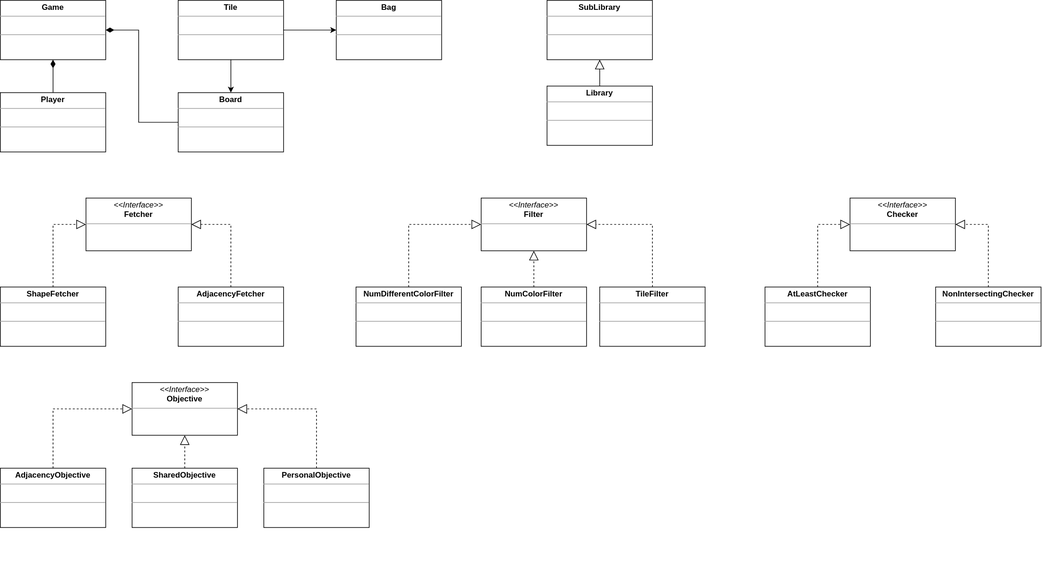
Earlier version of the draw.io export uml/model.svg (francescogemma/MyShelfie). Source tidied: cells renumbered, new cells last; positions are measured from the earlier drawing's top-left corner, leaving out a move shared by most shapes.
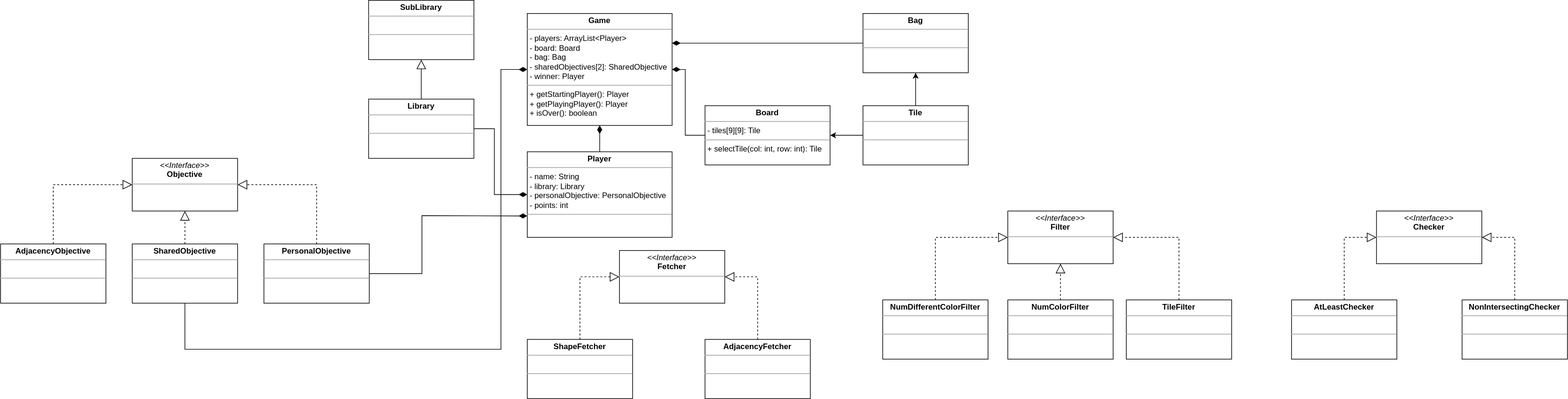
The same file after the commit.

Commit message:
Updated model UML

Updated model.svg with some methods and attributes

The edit, as a diff of the source:
```diff
@@ -2,57 +2,57 @@
   <root>
     <mxCell id="0" />
     <mxCell id="1" parent="0" />
-    <mxCell id="2" value="&lt;p style=&quot;margin:0px;margin-top:4px;text-align:center;&quot;&gt;&lt;b&gt;Game&lt;/b&gt;&lt;/p&gt;&lt;hr size=&quot;1&quot;&gt;&lt;p style=&quot;margin:0px;margin-left:4px;&quot;&gt;&lt;br&gt;&lt;/p&gt;&lt;hr size=&quot;1&quot;&gt;&lt;p style=&quot;margin:0px;margin-left:4px;&quot;&gt;&lt;br&gt;&lt;/p&gt;" style="verticalAlign=top;align=left;overflow=fill;fontSize=12;fontFamily=Helvetica;html=1;" parent="1" vertex="1">
-      <mxGeometry width="160" height="90" as="geometry" />
+    <mxCell id="2" value="&lt;p style=&quot;margin:0px;margin-top:4px;text-align:center;&quot;&gt;&lt;b&gt;Game&lt;/b&gt;&lt;/p&gt;&lt;hr size=&quot;1&quot;&gt;&lt;p style=&quot;margin:0px;margin-left:4px;&quot;&gt;- players: ArrayList&amp;lt;Player&amp;gt;&lt;/p&gt;&lt;p style=&quot;margin:0px;margin-left:4px;&quot;&gt;- board: Board&lt;/p&gt;&lt;p style=&quot;margin:0px;margin-left:4px;&quot;&gt;- bag: Bag&lt;/p&gt;&lt;p style=&quot;margin:0px;margin-left:4px;&quot;&gt;- sharedObjectives[2]: SharedObjective&lt;/p&gt;&lt;p style=&quot;margin:0px;margin-left:4px;&quot;&gt;- winner: Player&lt;/p&gt;&lt;hr size=&quot;1&quot;&gt;&lt;p style=&quot;margin:0px;margin-left:4px;&quot;&gt;+ getStartingPlayer(): Player&lt;/p&gt;&lt;p style=&quot;margin:0px;margin-left:4px;&quot;&gt;+ getPlayingPlayer(): Player&lt;/p&gt;&lt;p style=&quot;margin:0px;margin-left:4px;&quot;&gt;+ isOver(): boolean&lt;/p&gt;" style="verticalAlign=top;align=left;overflow=fill;fontSize=12;fontFamily=Helvetica;html=1;" parent="1" vertex="1">
+      <mxGeometry width="220" height="170" as="geometry" />
     </mxCell>
-    <mxCell id="3" value="&lt;p style=&quot;margin:0px;margin-top:4px;text-align:center;&quot;&gt;&lt;b&gt;Player&lt;/b&gt;&lt;/p&gt;&lt;hr size=&quot;1&quot;&gt;&lt;p style=&quot;margin:0px;margin-left:4px;&quot;&gt;&lt;br&gt;&lt;/p&gt;&lt;hr size=&quot;1&quot;&gt;&lt;p style=&quot;margin:0px;margin-left:4px;&quot;&gt;&lt;br&gt;&lt;/p&gt;" style="verticalAlign=top;align=left;overflow=fill;fontSize=12;fontFamily=Helvetica;html=1;" parent="1" vertex="1">
-      <mxGeometry y="140" width="160" height="90" as="geometry" />
+    <mxCell id="3" value="&lt;p style=&quot;margin:0px;margin-top:4px;text-align:center;&quot;&gt;&lt;b&gt;Player&lt;/b&gt;&lt;/p&gt;&lt;hr size=&quot;1&quot;&gt;&lt;p style=&quot;margin:0px;margin-left:4px;&quot;&gt;- name: String&lt;/p&gt;&lt;p style=&quot;margin:0px;margin-left:4px;&quot;&gt;- library: Library&lt;/p&gt;&lt;p style=&quot;margin:0px;margin-left:4px;&quot;&gt;- personalObjective: PersonalObjective&lt;/p&gt;&lt;p style=&quot;margin:0px;margin-left:4px;&quot;&gt;- points: int&lt;/p&gt;&lt;hr size=&quot;1&quot;&gt;&lt;p style=&quot;margin:0px;margin-left:4px;&quot;&gt;&lt;br&gt;&lt;/p&gt;" style="verticalAlign=top;align=left;overflow=fill;fontSize=12;fontFamily=Helvetica;html=1;" parent="1" vertex="1">
+      <mxGeometry y="210" width="220" height="130" as="geometry" />
     </mxCell>
     <mxCell id="4" style="html=1;endArrow=diamondThin;endFill=1;edgeStyle=elbowEdgeStyle;elbow=vertical;endSize=10;rounded=0;entryX=0.5;entryY=1;entryDx=0;entryDy=0;exitX=0.5;exitY=0;exitDx=0;exitDy=0;" parent="1" edge="1" source="3" target="2">
       <mxGeometry relative="1" as="geometry" />
     </mxCell>
-    <mxCell id="5" style="edgeStyle=none;rounded=0;jettySize=auto;html=1;exitX=0.5;exitY=1;exitDx=0;exitDy=0;entryX=0.5;entryY=0;entryDx=0;entryDy=0;" parent="1" edge="1" source="6" target="7">
+    <mxCell id="5" style="edgeStyle=none;rounded=0;jettySize=auto;html=1;exitX=0;exitY=0.5;exitDx=0;exitDy=0;entryX=1;entryY=0.5;entryDx=0;entryDy=0;" parent="1" edge="1" source="6" target="7">
       <mxGeometry relative="1" as="geometry" />
     </mxCell>
     <mxCell id="6" value="&lt;p style=&quot;margin:0px;margin-top:4px;text-align:center;&quot;&gt;&lt;b&gt;Tile&lt;/b&gt;&lt;/p&gt;&lt;hr size=&quot;1&quot;&gt;&lt;p style=&quot;margin:0px;margin-left:4px;&quot;&gt;&lt;br&gt;&lt;/p&gt;&lt;hr size=&quot;1&quot;&gt;&lt;p style=&quot;margin:0px;margin-left:4px;&quot;&gt;&lt;br&gt;&lt;/p&gt;" style="verticalAlign=top;align=left;overflow=fill;fontSize=12;fontFamily=Helvetica;html=1;" parent="1" vertex="1">
-      <mxGeometry x="270" width="160" height="90" as="geometry" />
+      <mxGeometry x="510" y="140" width="160" height="90" as="geometry" />
     </mxCell>
-    <mxCell id="7" value="&lt;p style=&quot;margin:0px;margin-top:4px;text-align:center;&quot;&gt;&lt;b&gt;Board&lt;/b&gt;&lt;/p&gt;&lt;hr size=&quot;1&quot;&gt;&lt;p style=&quot;margin:0px;margin-left:4px;&quot;&gt;&lt;br&gt;&lt;/p&gt;&lt;hr size=&quot;1&quot;&gt;&lt;p style=&quot;margin:0px;margin-left:4px;&quot;&gt;&lt;br&gt;&lt;/p&gt;" style="verticalAlign=top;align=left;overflow=fill;fontSize=12;fontFamily=Helvetica;html=1;" parent="1" vertex="1">
-      <mxGeometry x="270" y="140" width="160" height="90" as="geometry" />
+    <mxCell id="7" value="&lt;p style=&quot;margin:0px;margin-top:4px;text-align:center;&quot;&gt;&lt;b&gt;Board&lt;/b&gt;&lt;/p&gt;&lt;hr size=&quot;1&quot;&gt;&lt;p style=&quot;margin:0px;margin-left:4px;&quot;&gt;- tiles[9][9]: Tile&lt;/p&gt;&lt;hr size=&quot;1&quot;&gt;&lt;p style=&quot;margin:0px;margin-left:4px;&quot;&gt;+ selectTile(col: int, row: int): Tile&lt;/p&gt;" style="verticalAlign=top;align=left;overflow=fill;fontSize=12;fontFamily=Helvetica;html=1;" parent="1" vertex="1">
+      <mxGeometry x="270" y="140" width="190" height="90" as="geometry" />
     </mxCell>
     <mxCell id="8" value="&lt;p style=&quot;margin:0px;margin-top:4px;text-align:center;&quot;&gt;&lt;b&gt;Bag&lt;/b&gt;&lt;/p&gt;&lt;hr size=&quot;1&quot;&gt;&lt;p style=&quot;margin:0px;margin-left:4px;&quot;&gt;&lt;br&gt;&lt;/p&gt;&lt;hr size=&quot;1&quot;&gt;&lt;p style=&quot;margin:0px;margin-left:4px;&quot;&gt;&lt;br&gt;&lt;/p&gt;" style="verticalAlign=top;align=left;overflow=fill;fontSize=12;fontFamily=Helvetica;html=1;" parent="1" vertex="1">
       <mxGeometry x="510" width="160" height="90" as="geometry" />
     </mxCell>
-    <mxCell id="9" style="endArrow=classic;html=1;rounded=0;entryX=0;entryY=0.5;entryDx=0;entryDy=0;exitX=1;exitY=0.5;exitDx=0;exitDy=0;" parent="1" edge="1" source="6" target="8">
+    <mxCell id="9" style="endArrow=classic;html=1;rounded=0;entryX=0.5;entryY=1;entryDx=0;entryDy=0;exitX=0.5;exitY=0;exitDx=0;exitDy=0;" parent="1" edge="1" source="6" target="8">
       <mxGeometry relative="1" as="geometry" />
     </mxCell>
     <mxCell id="10" style="html=1;endArrow=diamondThin;endFill=1;elbow=vertical;endSize=10;rounded=0;exitX=0;exitY=0.5;exitDx=0;exitDy=0;entryX=1;entryY=0.5;entryDx=0;entryDy=0;" parent="1" edge="1" source="7" target="2">
       <mxGeometry relative="1" as="geometry">
         <Array as="points">
-          <mxPoint x="210" y="185" />
-          <mxPoint x="210" y="45" />
+          <mxPoint x="240" y="185" />
+          <mxPoint x="240" y="85" />
         </Array>
       </mxGeometry>
     </mxCell>
     <mxCell id="11" value="&lt;p style=&quot;margin:0px;margin-top:4px;text-align:center;&quot;&gt;&lt;b&gt;SubLibrary&lt;/b&gt;&lt;/p&gt;&lt;hr size=&quot;1&quot;&gt;&lt;p style=&quot;margin:0px;margin-left:4px;&quot;&gt;&lt;br&gt;&lt;/p&gt;&lt;hr size=&quot;1&quot;&gt;&lt;p style=&quot;margin:0px;margin-left:4px;&quot;&gt;&lt;br&gt;&lt;/p&gt;" style="verticalAlign=top;align=left;overflow=fill;fontSize=12;fontFamily=Helvetica;html=1;" parent="1" vertex="1">
-      <mxGeometry x="830" width="160" height="90" as="geometry" />
+      <mxGeometry x="-241" y="-20" width="160" height="90" as="geometry" />
     </mxCell>
     <mxCell id="12" value="&lt;p style=&quot;margin:0px;margin-top:4px;text-align:center;&quot;&gt;&lt;b&gt;Library&lt;/b&gt;&lt;/p&gt;&lt;hr size=&quot;1&quot;&gt;&lt;p style=&quot;margin:0px;margin-left:4px;&quot;&gt;&lt;br&gt;&lt;/p&gt;&lt;hr size=&quot;1&quot;&gt;&lt;p style=&quot;margin:0px;margin-left:4px;&quot;&gt;&lt;br&gt;&lt;/p&gt;" style="verticalAlign=top;align=left;overflow=fill;fontSize=12;fontFamily=Helvetica;html=1;" parent="1" vertex="1">
-      <mxGeometry x="830" y="130" width="160" height="90" as="geometry" />
+      <mxGeometry x="-241" y="130" width="160" height="90" as="geometry" />
     </mxCell>
     <mxCell id="13" value="&lt;p style=&quot;margin:0px;margin-top:4px;text-align:center;&quot;&gt;&lt;b&gt;ShapeFetcher&lt;/b&gt;&lt;/p&gt;&lt;hr size=&quot;1&quot;&gt;&lt;p style=&quot;margin:0px;margin-left:4px;&quot;&gt;&lt;br&gt;&lt;/p&gt;&lt;hr size=&quot;1&quot;&gt;&lt;p style=&quot;margin:0px;margin-left:4px;&quot;&gt;&lt;br&gt;&lt;/p&gt;" style="verticalAlign=top;align=left;overflow=fill;fontSize=12;fontFamily=Helvetica;html=1;" parent="1" vertex="1">
-      <mxGeometry y="435" width="160" height="90" as="geometry" />
+      <mxGeometry y="495" width="160" height="90" as="geometry" />
     </mxCell>
     <mxCell id="14" value="&lt;p style=&quot;margin:0px;margin-top:4px;text-align:center;&quot;&gt;&lt;i&gt;&amp;lt;&amp;lt;Interface&amp;gt;&amp;gt;&lt;/i&gt;&lt;br&gt;&lt;b&gt;Fetcher&lt;/b&gt;&lt;/p&gt;&lt;hr size=&quot;1&quot;&gt;&lt;p style=&quot;margin:0px;margin-left:4px;&quot;&gt;&lt;br&gt;&lt;br&gt;&lt;/p&gt;&lt;p style=&quot;margin:0px;margin-left:4px;&quot;&gt;&lt;br&gt;&lt;/p&gt;" style="verticalAlign=top;align=left;overflow=fill;fontSize=12;fontFamily=Helvetica;html=1;" parent="1" vertex="1">
-      <mxGeometry x="130" y="300" width="160" height="80" as="geometry" />
+      <mxGeometry x="140" y="360" width="160" height="80" as="geometry" />
     </mxCell>
     <mxCell id="15" value="&lt;p style=&quot;margin:0px;margin-top:4px;text-align:center;&quot;&gt;&lt;b&gt;AdjacencyFetcher&lt;/b&gt;&lt;/p&gt;&lt;hr size=&quot;1&quot;&gt;&lt;p style=&quot;margin:0px;margin-left:4px;&quot;&gt;&lt;br&gt;&lt;/p&gt;&lt;hr size=&quot;1&quot;&gt;&lt;p style=&quot;margin:0px;margin-left:4px;&quot;&gt;&lt;br&gt;&lt;/p&gt;" style="verticalAlign=top;align=left;overflow=fill;fontSize=12;fontFamily=Helvetica;html=1;" parent="1" vertex="1">
-      <mxGeometry x="270" y="435" width="160" height="90" as="geometry" />
+      <mxGeometry x="270" y="495" width="160" height="90" as="geometry" />
     </mxCell>
     <mxCell id="16" style="endArrow=block;dashed=1;endFill=0;endSize=12;html=1;rounded=0;entryX=1;entryY=0.5;entryDx=0;entryDy=0;exitX=0.5;exitY=0;exitDx=0;exitDy=0;" parent="1" edge="1" source="15" target="14">
       <mxGeometry relative="1" as="geometry">
         <Array as="points">
-          <mxPoint x="350" y="340" />
+          <mxPoint x="350" y="400" />
         </Array>
       </mxGeometry>
     </mxCell>
@@ -85,12 +85,6 @@
     <mxCell id="23" style="endArrow=block;dashed=1;endFill=0;endSize=12;html=1;rounded=0;entryX=0.5;entryY=1;entryDx=0;entryDy=0;exitX=0.5;exitY=0;exitDx=0;exitDy=0;" parent="1" edge="1" source="22" target="19">
       <mxGeometry relative="1" as="geometry" />
     </mxCell>
-    <mxCell id="24" style="edgeStyle=none;rounded=0;orthogonalLoop=1;jettySize=auto;html=1;exitX=1;exitY=0.5;exitDx=0;exitDy=0;" parent="1" edge="1">
-      <mxGeometry relative="1" as="geometry">
-        <mxPoint x="550" y="865" as="sourcePoint" />
-        <mxPoint x="550" y="865" as="targetPoint" />
-      </mxGeometry>
-    </mxCell>
     <mxCell id="25" value="&lt;p style=&quot;margin:0px;margin-top:4px;text-align:center;&quot;&gt;&lt;i&gt;&amp;lt;&amp;lt;Interface&amp;gt;&amp;gt;&lt;/i&gt;&lt;br&gt;&lt;b&gt;Checker&lt;/b&gt;&lt;/p&gt;&lt;hr size=&quot;1&quot;&gt;&lt;p style=&quot;margin:0px;margin-left:4px;&quot;&gt;&lt;br&gt;&lt;br&gt;&lt;/p&gt;&lt;p style=&quot;margin:0px;margin-left:4px;&quot;&gt;&lt;br&gt;&lt;/p&gt;" style="verticalAlign=top;align=left;overflow=fill;fontSize=12;fontFamily=Helvetica;html=1;" parent="1" vertex="1">
       <mxGeometry x="1290" y="300" width="160" height="80" as="geometry" />
     </mxCell>
@@ -117,41 +111,70 @@
     <mxCell id="30" style="endArrow=block;dashed=1;endFill=0;endSize=12;html=1;rounded=0;entryX=0;entryY=0.5;entryDx=0;entryDy=0;exitX=0.5;exitY=0;exitDx=0;exitDy=0;" parent="1" edge="1" source="13" target="14">
       <mxGeometry relative="1" as="geometry">
         <Array as="points">
-          <mxPoint x="80" y="340" />
+          <mxPoint x="80" y="400" />
         </Array>
       </mxGeometry>
     </mxCell>
     <mxCell id="31" value="&lt;p style=&quot;margin:0px;margin-top:4px;text-align:center;&quot;&gt;&lt;b&gt;SharedObjective&lt;/b&gt;&lt;/p&gt;&lt;hr size=&quot;1&quot;&gt;&lt;p style=&quot;margin:0px;margin-left:4px;&quot;&gt;&lt;br&gt;&lt;/p&gt;&lt;hr size=&quot;1&quot;&gt;&lt;p style=&quot;margin:0px;margin-left:4px;&quot;&gt;&lt;br&gt;&lt;/p&gt;" style="verticalAlign=top;align=left;overflow=fill;fontSize=12;fontFamily=Helvetica;html=1;" parent="1" vertex="1">
-      <mxGeometry x="200" y="710" width="160" height="90" as="geometry" />
+      <mxGeometry x="-600" y="350" width="160" height="90" as="geometry" />
     </mxCell>
     <mxCell id="32" value="&lt;p style=&quot;margin:0px;margin-top:4px;text-align:center;&quot;&gt;&lt;i&gt;&amp;lt;&amp;lt;Interface&amp;gt;&amp;gt;&lt;/i&gt;&lt;br&gt;&lt;b&gt;Objective&lt;/b&gt;&lt;/p&gt;&lt;hr size=&quot;1&quot;&gt;&lt;p style=&quot;margin:0px;margin-left:4px;&quot;&gt;&lt;br&gt;&lt;br&gt;&lt;/p&gt;&lt;p style=&quot;margin:0px;margin-left:4px;&quot;&gt;&lt;br&gt;&lt;/p&gt;" style="verticalAlign=top;align=left;overflow=fill;fontSize=12;fontFamily=Helvetica;html=1;" parent="1" vertex="1">
-      <mxGeometry x="200" y="580" width="160" height="80" as="geometry" />
+      <mxGeometry x="-600" y="220" width="160" height="80" as="geometry" />
     </mxCell>
     <mxCell id="33" style="endArrow=block;dashed=1;endFill=0;endSize=12;html=1;rounded=0;entryX=0.5;entryY=1;entryDx=0;entryDy=0;exitX=0.5;exitY=0;exitDx=0;exitDy=0;" parent="1" edge="1" source="31" target="32">
       <mxGeometry relative="1" as="geometry" />
     </mxCell>
     <mxCell id="34" value="&lt;p style=&quot;margin:0px;margin-top:4px;text-align:center;&quot;&gt;&lt;b&gt;PersonalObjective&lt;/b&gt;&lt;/p&gt;&lt;hr size=&quot;1&quot;&gt;&lt;p style=&quot;margin:0px;margin-left:4px;&quot;&gt;&lt;br&gt;&lt;/p&gt;&lt;hr size=&quot;1&quot;&gt;&lt;p style=&quot;margin:0px;margin-left:4px;&quot;&gt;&lt;br&gt;&lt;/p&gt;" style="verticalAlign=top;align=left;overflow=fill;fontSize=12;fontFamily=Helvetica;html=1;" parent="1" vertex="1">
-      <mxGeometry x="400" y="710" width="160" height="90" as="geometry" />
+      <mxGeometry x="-400" y="350" width="160" height="90" as="geometry" />
     </mxCell>
     <mxCell id="35" style="endArrow=block;dashed=1;endFill=0;endSize=12;html=1;rounded=0;entryX=1;entryY=0.5;entryDx=0;entryDy=0;exitX=0.5;exitY=0;exitDx=0;exitDy=0;" parent="1" edge="1" source="34" target="32">
       <mxGeometry relative="1" as="geometry">
         <Array as="points">
-          <mxPoint x="480" y="620" />
+          <mxPoint x="-320" y="260" />
         </Array>
       </mxGeometry>
     </mxCell>
     <mxCell id="36" value="&lt;p style=&quot;margin:0px;margin-top:4px;text-align:center;&quot;&gt;&lt;b&gt;AdjacencyObjective&lt;/b&gt;&lt;/p&gt;&lt;hr size=&quot;1&quot;&gt;&lt;p style=&quot;margin:0px;margin-left:4px;&quot;&gt;&lt;br&gt;&lt;/p&gt;&lt;hr size=&quot;1&quot;&gt;&lt;p style=&quot;margin:0px;margin-left:4px;&quot;&gt;&lt;br&gt;&lt;/p&gt;" style="verticalAlign=top;align=left;overflow=fill;fontSize=12;fontFamily=Helvetica;html=1;" parent="1" vertex="1">
-      <mxGeometry y="710" width="160" height="90" as="geometry" />
+      <mxGeometry x="-800" y="350" width="160" height="90" as="geometry" />
     </mxCell>
     <mxCell id="37" style="endArrow=block;dashed=1;endFill=0;endSize=12;html=1;rounded=0;entryX=0;entryY=0.5;entryDx=0;entryDy=0;exitX=0.5;exitY=0;exitDx=0;exitDy=0;" parent="1" edge="1" source="36" target="32">
       <mxGeometry relative="1" as="geometry">
         <Array as="points">
-          <mxPoint x="80" y="620" />
+          <mxPoint x="-720" y="260" />
         </Array>
       </mxGeometry>
     </mxCell>
     <mxCell id="38" style="edgeStyle=none;html=1;endSize=12;endArrow=block;endFill=0;rounded=0;entryX=0.5;entryY=1;entryDx=0;entryDy=0;exitX=0.5;exitY=0;exitDx=0;exitDy=0;" parent="1" edge="1" source="12" target="11">
       <mxGeometry relative="1" as="geometry" />
     </mxCell>
+    <mxCell id="39" style="html=1;endArrow=diamondThin;endFill=1;elbow=vertical;endSize=10;rounded=0;exitX=1;exitY=0.5;exitDx=0;exitDy=0;entryX=0;entryY=0.5;entryDx=0;entryDy=0;" parent="1" edge="1" source="12" target="3">
+      <mxGeometry relative="1" as="geometry">
+        <Array as="points">
+          <mxPoint x="-50" y="175" />
+          <mxPoint x="-50" y="275" />
+        </Array>
+      </mxGeometry>
+    </mxCell>
+    <mxCell id="40" style="html=1;endArrow=diamondThin;endFill=1;elbow=vertical;endSize=10;rounded=0;exitX=1;exitY=0.5;exitDx=0;exitDy=0;entryX=0;entryY=0.75;entryDx=0;entryDy=0;" parent="1" edge="1" source="34" target="3">
+      <mxGeometry relative="1" as="geometry">
+        <Array as="points">
+          <mxPoint x="-160" y="395" />
+          <mxPoint x="-160" y="307" />
+        </Array>
+      </mxGeometry>
+    </mxCell>
+    <mxCell id="41" style="html=1;endArrow=diamondThin;endFill=1;elbow=vertical;endSize=10;rounded=0;exitX=0.5;exitY=1;exitDx=0;exitDy=0;entryX=0;entryY=0.5;entryDx=0;entryDy=0;" parent="1" edge="1" source="31" target="2">
+      <mxGeometry relative="1" as="geometry">
+        <Array as="points">
+          <mxPoint x="-520" y="510" />
+          <mxPoint x="-40" y="510" />
+          <mxPoint x="-40" y="290" />
+          <mxPoint x="-40" y="85" />
+        </Array>
+      </mxGeometry>
+    </mxCell>
+    <mxCell id="42" style="html=1;endArrow=diamondThin;endFill=1;edgeStyle=elbowEdgeStyle;elbow=vertical;endSize=10;rounded=0;exitX=0;exitY=0.5;exitDx=0;exitDy=0;" parent="1" edge="1" source="8" target="2">
+      <mxGeometry relative="1" as="geometry" />
+    </mxCell>
   </root>
 </mxGraphModel>
```
